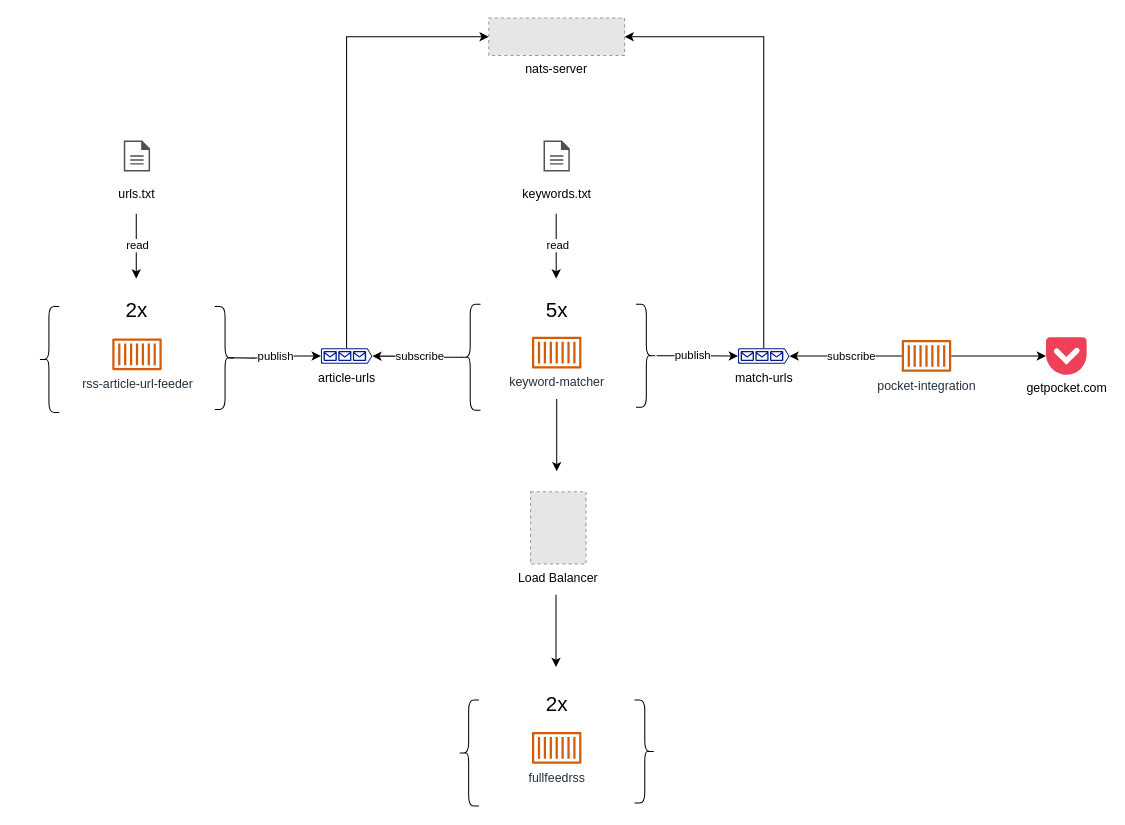
This is architecture.drawio from heussd/nats-news-analysis, a draw.io file, before an edit. Source tidied: cells renumbered, new cells numbered last; positions are measured from the earlier drawing's top-left corner, leaving out a move shared by most shapes. Both pictures are drawn from the tidied source at 103%, with x=0, y=0 at pixel (38, 18). Pictures stored in the file or linked from it are replaced by grey dashed boxes.
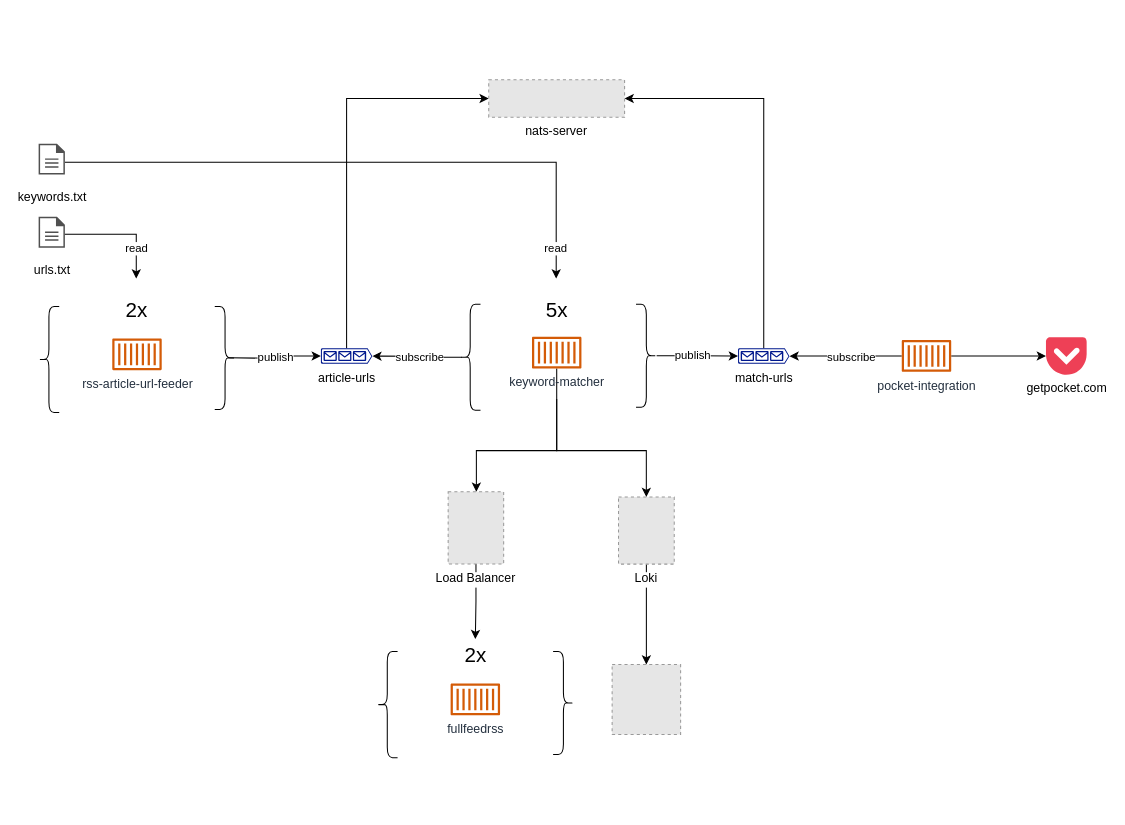
After the change.

Commit message (it also covers changes not shown here):
Add Loki & Grafana to documentation

The change refers to these unchanged cells:
```xml
<mxCell id="5" value="article-urls" style="sketch=0;shadow=0;dashed=0;html=1;strokeColor=none;labelPosition=center;verticalLabelPosition=bottom;verticalAlign=top;align=center;fillColor=#00188D;shape=mxgraph.azure.queue_generic;" parent="1" vertex="1">
  <mxGeometry x="274" y="320.6" width="50" height="15" as="geometry" />
</mxCell>
<mxCell id="10" value="keyword-matcher" style="sketch=0;outlineConnect=0;fontColor=#232F3E;gradientColor=none;fillColor=#D45B07;strokeColor=none;dashed=0;verticalLabelPosition=bottom;verticalAlign=top;align=center;html=1;fontSize=12;fontStyle=0;shape=mxgraph.aws4.container_1;" parent="1" vertex="1">
  <mxGeometry x="479" y="309.4" width="48" height="31" as="geometry" />
</mxCell>
<mxCell id="17" value="match-urls" style="sketch=0;shadow=0;dashed=0;html=1;strokeColor=none;labelPosition=center;verticalLabelPosition=bottom;verticalAlign=top;align=center;fillColor=#00188D;shape=mxgraph.azure.queue_generic;" parent="1" vertex="1">
  <mxGeometry x="679" y="320.6" width="50" height="15" as="geometry" />
</mxCell>
```

What changed in the source:
```diff
@@
     <mxCell id="4" style="edgeStyle=orthogonalEdgeStyle;rounded=0;jettySize=auto;html=1;entryX=0;entryY=0.5;entryDx=0;entryDy=0;" parent="1" edge="1" source="5" target="34">
       <mxGeometry relative="1" as="geometry">
         <Array as="points">
-          <mxPoint x="298.6" y="18" />
+          <mxPoint x="299" y="78" />
         </Array>
       </mxGeometry>
     </mxCell>
@@
-    <mxCell id="9" style="edgeStyle=orthogonalEdgeStyle;rounded=0;orthogonalLoop=1;jettySize=auto;html=1;" parent="1" edge="1">
+    <mxCell id="9" style="edgeStyle=orthogonalEdgeStyle;rounded=0;jettySize=auto;html=1;" parent="1" edge="1" target="29">
       <mxGeometry relative="1" as="geometry">
         <mxPoint x="503" y="370" as="sourcePoint" />
-        <mxPoint x="503" y="440" as="targetPoint" />
+        <Array as="points">
+          <mxPoint x="503" y="420" />
+          <mxPoint x="425" y="420" />
+        </Array>
       </mxGeometry>
     </mxCell>
+    <mxCell id="38" style="edgeStyle=orthogonalEdgeStyle;rounded=0;hachureGap=4;jettySize=auto;html=1;fontFamily=Architects Daughter;fontSize=16;" parent="1" edge="1" source="10" target="42">
+      <mxGeometry relative="1" as="geometry">
+        <Array as="points">
+          <mxPoint x="503" y="420" />
+          <mxPoint x="590" y="420" />
+        </Array>
+      </mxGeometry>
+    </mxCell>
@@
     <mxCell id="16" style="edgeStyle=orthogonalEdgeStyle;rounded=0;jettySize=auto;html=1;entryX=1;entryY=0.5;entryDx=0;entryDy=0;" parent="1" edge="1" source="17" target="34">
       <mxGeometry relative="1" as="geometry">
         <Array as="points">
-          <mxPoint x="704.5" y="18" />
+          <mxPoint x="704" y="78" />
         </Array>
       </mxGeometry>
     </mxCell>
@@
-    <mxCell id="21" style="edgeStyle=orthogonalEdgeStyle;rounded=0;orthogonalLoop=1;jettySize=auto;html=1;startArrow=classic;startFill=1;endArrow=none;endFill=0;" parent="1" edge="1">
+    <mxCell id="21" style="edgeStyle=orthogonalEdgeStyle;rounded=0;jettySize=auto;html=1;startArrow=classic;startFill=1;endArrow=none;endFill=0;" parent="1" edge="1" target="27">
       <mxGeometry relative="1" as="geometry">
         <mxPoint x="502.5" y="253" as="sourcePoint" />
-        <mxPoint x="502.5" y="190" as="targetPoint" />
+        <Array as="points">
+          <mxPoint x="503" y="140" />
+        </Array>
       </mxGeometry>
     </mxCell>
     <mxCell id="22" value="read" style="edgeLabel;html=1;align=center;verticalAlign=middle;" parent="21" vertex="1">
       <mxGeometry x="0.37" y="-2" relative="1" as="geometry">
-        <mxPoint x="-1" y="10" as="offset" />
+        <mxPoint x="290" y="85" as="offset" />
       </mxGeometry>
     </mxCell>
@@
     <mxCell id="27" value="&lt;font style=&quot;font-size: 12px;&quot;&gt;keywords.txt&lt;/font&gt;" style="sketch=0;shadow=0;dashed=0;html=1;strokeColor=none;fillColor=#505050;labelPosition=center;verticalLabelPosition=bottom;verticalAlign=top;outlineConnect=0;align=center;shape=mxgraph.office.concepts.document;fontSize=20;" parent="1" vertex="1">
-      <mxGeometry x="490.2" y="119" width="25.5" height="30" as="geometry" />
+      <mxGeometry y="122" width="25.5" height="30" as="geometry" />
     </mxCell>
     <mxCell id="28" value="&lt;font style=&quot;font-size: 12px;&quot;&gt;urls.txt&lt;/font&gt;" style="sketch=0;shadow=0;dashed=0;html=1;strokeColor=none;fillColor=#505050;labelPosition=center;verticalLabelPosition=bottom;verticalAlign=top;outlineConnect=0;align=center;shape=mxgraph.office.concepts.document;fontSize=20;" parent="1" vertex="1">
-      <mxGeometry x="82.7" y="119" width="25.5" height="30" as="geometry" />
+      <mxGeometry y="193" width="25.5" height="30" as="geometry" />
     </mxCell>
+    <mxCell id="39" style="edgeStyle=orthogonalEdgeStyle;rounded=0;hachureGap=4;jettySize=auto;html=1;fontFamily=Architects Daughter;fontSize=16;" parent="1" edge="1" source="29" target="33">
+      <mxGeometry relative="1" as="geometry" />
+    </mxCell>
     <mxCell id="29" value="Load Balancer" style="fillColor=#E6E6E6;strokeColor=#999999;dashed=1;verticalLabelPosition=bottom;labelBackgroundColor=default;verticalAlign=top;" parent="1" vertex="1">
-      <mxGeometry x="477.6" y="460" width="53.9" height="70" as="geometry" />
+      <mxGeometry x="397.6" y="460" width="53.9" height="70" as="geometry" />
     </mxCell>
     <mxCell id="30" value="fullfeedrss" style="sketch=0;fontColor=#232F3E;gradientColor=none;fillColor=#D45B07;strokeColor=none;dashed=0;verticalLabelPosition=bottom;verticalAlign=top;align=center;html=1;fontSize=12;fontStyle=0;shape=mxgraph.aws4.container_1;" parent="1" vertex="1">
-      <mxGeometry x="479" y="693.1" width="48" height="31" as="geometry" />
+      <mxGeometry x="400" y="646.1" width="48" height="31" as="geometry" />
     </mxCell>
     <mxCell id="31" style="shape=curlyBracket;whiteSpace=wrap;html=1;rounded=1;" parent="1" vertex="1">
-      <mxGeometry x="407.5" y="662.1" width="20" height="103" as="geometry" />
+      <mxGeometry x="328.5" y="615.1" width="20" height="103" as="geometry" />
     </mxCell>
     <mxCell id="32" style="shape=curlyBracket;whiteSpace=wrap;html=1;rounded=1;flipH=1;" parent="1" vertex="1">
-      <mxGeometry x="578.5" y="662.1" width="20" height="100" as="geometry" />
+      <mxGeometry x="499.5" y="615.1" width="20" height="100" as="geometry" />
     </mxCell>
     <mxCell id="33" value="&lt;font style=&quot;font-size: 20px;&quot;&gt;2x&lt;/font&gt;" style="text;html=1;strokeColor=none;fillColor=none;align=center;verticalAlign=middle;whiteSpace=wrap;rounded=0;" parent="1" vertex="1">
-      <mxGeometry x="474.5" y="650" width="57" height="30" as="geometry" />
+      <mxGeometry x="395.5" y="603" width="57" height="30" as="geometry" />
     </mxCell>
     <mxCell id="34" value="nats-server" style="fillColor=#E6E6E6;strokeColor=#999999;dashed=1;verticalLabelPosition=bottom;labelBackgroundColor=default;verticalAlign=top;" parent="1" vertex="1">
-      <mxGeometry x="437" width="131.9" height="36.3" as="geometry" />
+      <mxGeometry x="437" y="60" width="131.9" height="36.3" as="geometry" />
     </mxCell>
-    <mxCell id="35" style="edgeStyle=orthogonalEdgeStyle;rounded=0;orthogonalLoop=1;jettySize=auto;html=1;startArrow=classic;startFill=1;endArrow=none;endFill=0;" parent="1" edge="1">
+    <mxCell id="35" style="edgeStyle=orthogonalEdgeStyle;rounded=0;jettySize=auto;html=1;startArrow=classic;startFill=1;endArrow=none;endFill=0;" parent="1" edge="1" target="28">
       <mxGeometry relative="1" as="geometry">
         <mxPoint x="94.8" y="253" as="sourcePoint" />
-        <mxPoint x="94.8" y="190" as="targetPoint" />
         <Array as="points">
-          <mxPoint x="95" y="200" />
-          <mxPoint x="95" y="200" />
+          <mxPoint x="95" y="210" />
         </Array>
       </mxGeometry>
     </mxCell>
     <mxCell id="36" value="read" style="edgeLabel;html=1;align=center;verticalAlign=middle;" parent="35" vertex="1">
       <mxGeometry x="-0.17" y="-2" relative="1" as="geometry">
-        <mxPoint x="-1" y="-7" as="offset" />
+        <mxPoint x="4" y="15" as="offset" />
       </mxGeometry>
     </mxCell>
-    <mxCell id="37" style="edgeStyle=orthogonalEdgeStyle;rounded=0;orthogonalLoop=1;jettySize=auto;html=1;" parent="1" edge="1">
-      <mxGeometry relative="1" as="geometry">
-        <mxPoint x="502.3" y="560" as="sourcePoint" />
-        <mxPoint x="502.3" y="630" as="targetPoint" />
-      </mxGeometry>
-    </mxCell>
+    <mxCell id="40" style="fillColor=#E6E6E6;strokeColor=#999999;dashed=1;verticalLabelPosition=bottom;labelBackgroundColor=default;verticalAlign=top;fontFamily=Architects Daughter;fontSize=20;" parent="1" vertex="1">
+      <mxGeometry x="556.8" y="627.7" width="66.5" height="67.9" as="geometry" />
+    </mxCell>
+    <mxCell id="41" style="edgeStyle=orthogonalEdgeStyle;rounded=0;hachureGap=4;jettySize=auto;html=1;fontFamily=Architects Daughter;fontSize=16;" parent="1" edge="1" source="42" target="40">
+      <mxGeometry relative="1" as="geometry" />
+    </mxCell>
+    <mxCell id="42" value="Loki" style="fillColor=#E6E6E6;strokeColor=#999999;dashed=1;verticalLabelPosition=bottom;labelBackgroundColor=default;verticalAlign=top;" parent="1" vertex="1">
+      <mxGeometry x="563" y="465" width="54.1" height="65.2" as="geometry" />
+    </mxCell>
```
